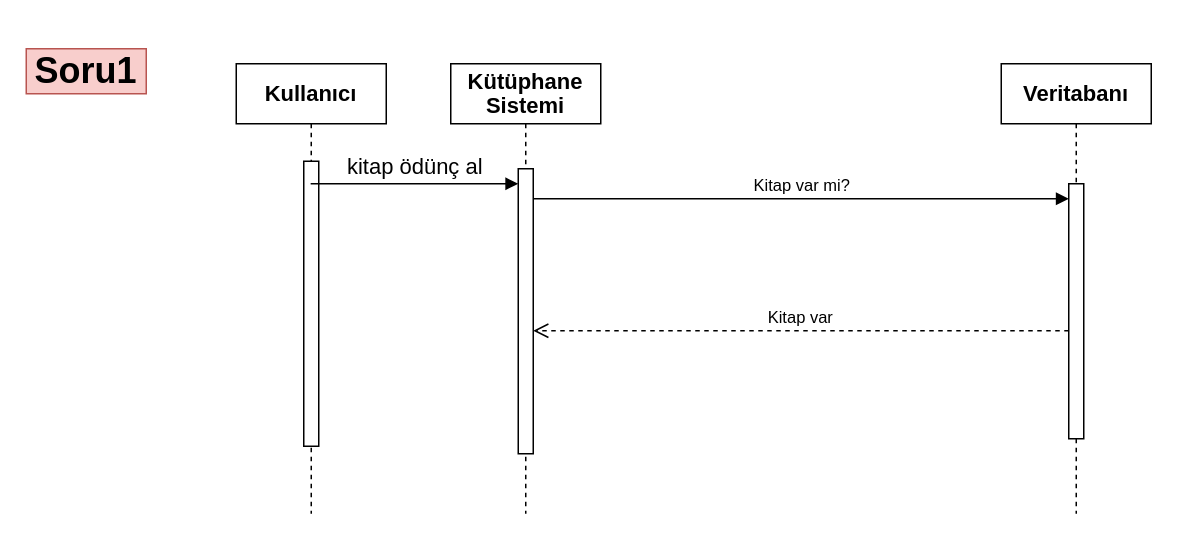
Before: LapWeek8/Soru1.drawio in MOHAMMEDALMASHHOR/Yazilim_Tasarim_ve_Mimarisi, a draw.io diagram. Source tidied: cells renumbered, new cells numbered last; positions are measured from the earlier drawing's top-left corner, leaving out a move shared by most shapes. Both pictures are drawn from the tidied source at 150%, with x=0, y=0 at pixel (26, 48).
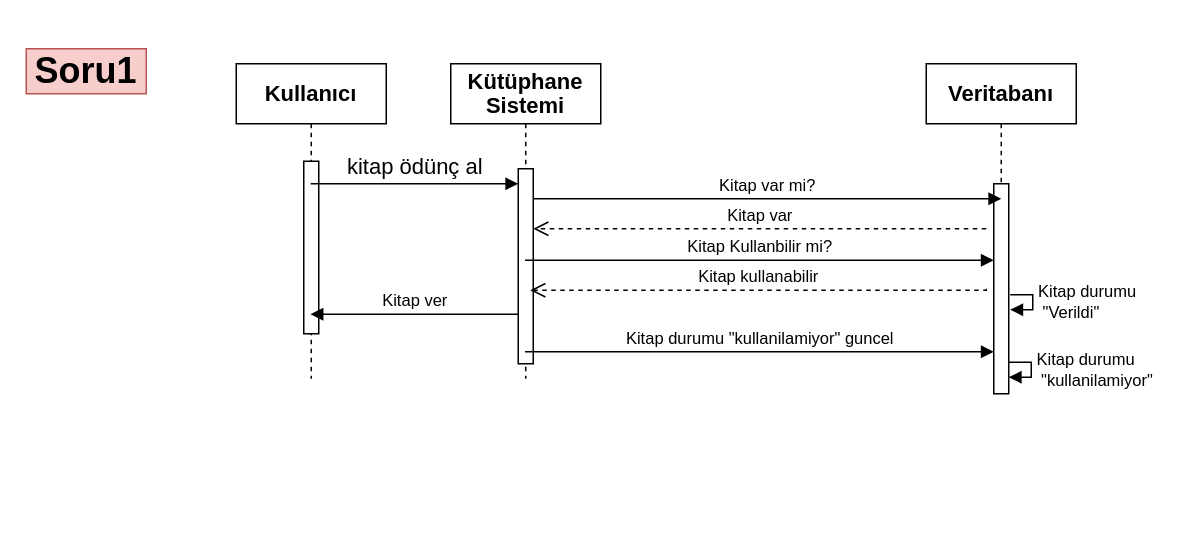
The same page after the edit.

The edit, as a diff of the source:
```diff
@@
     <mxCell id="2" value="&lt;b&gt;&lt;span style=&quot;font-size:11.0pt;line-height:107%;&lt;br/&gt;font-family:&amp;quot;Calibri&amp;quot;,sans-serif;mso-ascii-theme-font:minor-latin;mso-fareast-font-family:&lt;br/&gt;Calibri;mso-fareast-theme-font:minor-latin;mso-hansi-theme-font:minor-latin;&lt;br/&gt;mso-bidi-font-family:Arial;mso-bidi-theme-font:minor-bidi;mso-ansi-language:&lt;br/&gt;TR;mso-fareast-language:EN-US;mso-bidi-language:AR-SA&quot;&gt;Kütüphane Sistemi&lt;/span&gt;&lt;/b&gt;" style="shape=umlLifeline;perimeter=lifelinePerimeter;whiteSpace=wrap;html=1;newEdgeStyle={&quot;edgeStyle&quot;:&quot;elbowEdgeStyle&quot;,&quot;elbow&quot;:&quot;vertical&quot;,&quot;curved&quot;:0,&quot;rounded&quot;:0};" parent="1" vertex="1">
-      <mxGeometry x="283" y="10" width="100" height="300" as="geometry" />
+      <mxGeometry x="283" y="10" width="100" height="210" as="geometry" />
     </mxCell>
     <mxCell id="3" style="html=1;perimeter=orthogonalPerimeter;targetShapes=umlLifeline;newEdgeStyle={&quot;edgeStyle&quot;:&quot;elbowEdgeStyle&quot;,&quot;elbow&quot;:&quot;vertical&quot;,&quot;curved&quot;:0,&quot;rounded&quot;:0};" parent="2" vertex="1">
-      <mxGeometry x="45" y="70" width="10" height="190" as="geometry" />
+      <mxGeometry x="45" y="70" width="10" height="130" as="geometry" />
     </mxCell>
     <mxCell id="4" value="&lt;b&gt;&lt;span style=&quot;font-size:11.0pt;line-height:107%;&lt;br/&gt;font-family:&amp;quot;Calibri&amp;quot;,sans-serif;mso-ascii-theme-font:minor-latin;mso-fareast-font-family:&lt;br/&gt;Calibri;mso-fareast-theme-font:minor-latin;mso-hansi-theme-font:minor-latin;&lt;br/&gt;mso-bidi-font-family:Arial;mso-bidi-theme-font:minor-bidi;mso-ansi-language:&lt;br/&gt;TR;mso-fareast-language:EN-US;mso-bidi-language:AR-SA&quot;&gt;Veritabanı&lt;/span&gt;&lt;/b&gt;" style="shape=umlLifeline;perimeter=lifelinePerimeter;whiteSpace=wrap;html=1;newEdgeStyle={&quot;edgeStyle&quot;:&quot;elbowEdgeStyle&quot;,&quot;elbow&quot;:&quot;vertical&quot;,&quot;curved&quot;:0,&quot;rounded&quot;:0};" parent="1" vertex="1">
-      <mxGeometry x="650" y="10" width="100" height="300" as="geometry" />
+      <mxGeometry x="600" y="10" width="100" height="220" as="geometry" />
     </mxCell>
     <mxCell id="5" style="html=1;points=[];perimeter=orthogonalPerimeter;outlineConnect=0;targetShapes=umlLifeline;portConstraint=eastwest;newEdgeStyle={&quot;edgeStyle&quot;:&quot;elbowEdgeStyle&quot;,&quot;elbow&quot;:&quot;vertical&quot;,&quot;curved&quot;:0,&quot;rounded&quot;:0};" parent="4" vertex="1">
-      <mxGeometry x="45" y="80" width="10" height="170" as="geometry" />
+      <mxGeometry x="45" y="80" width="10" height="140" as="geometry" />
     </mxCell>
+    <mxCell id="12" value="Kitap durumu&lt;div&gt;&amp;nbsp;&quot;kullanilamiyor&quot;&lt;/div&gt;" style="html=1;align=left;spacingLeft=2;endArrow=block;rounded=0;edgeStyle=orthogonalEdgeStyle;curved=0;rounded=0;" parent="4" edge="1">
+      <mxGeometry relative="1" as="geometry">
+        <mxPoint x="55" y="199" as="sourcePoint" />
+        <mxPoint x="55" y="209" as="targetPoint" />
+        <Array as="points">
+          <mxPoint x="70" y="199" />
+        </Array>
+      </mxGeometry>
+    </mxCell>
     <mxCell id="6" value="Kitap var mi?" style="html=1;verticalAlign=bottom;endArrow=block;edgeStyle=elbowEdgeStyle;elbow=vertical;curved=0;rounded=0;" parent="1" edge="1">
       <mxGeometry relative="1" as="geometry">
         <mxPoint x="338" y="100" as="sourcePoint" />
-        <mxPoint x="695" y="100" as="targetPoint" />
+        <mxPoint x="650" y="100" as="targetPoint" />
         <Array as="points">
           <mxPoint x="340" y="100" />
         </Array>
       </mxGeometry>
     </mxCell>
     <mxCell id="7" value="Kitap var" style="html=1;verticalAlign=bottom;endArrow=open;dashed=1;endSize=8;edgeStyle=elbowEdgeStyle;elbow=vertical;curved=0;rounded=0;" parent="1" edge="1">
       <mxGeometry relative="1" as="geometry">
-        <mxPoint x="695" y="188" as="sourcePoint" />
-        <mxPoint x="338" y="188" as="targetPoint" />
+        <mxPoint x="640" y="120" as="sourcePoint" />
+        <mxPoint x="338" y="120" as="targetPoint" />
         <Array as="points">
-          <mxPoint x="350" y="188" />
+          <mxPoint x="350" y="120" />
         </Array>
       </mxGeometry>
     </mxCell>
     <mxCell id="8" value="&lt;b&gt;&lt;span style=&quot;font-size:11.0pt;line-height:107%;&lt;br/&gt;font-family:&amp;quot;Calibri&amp;quot;,sans-serif;mso-ascii-theme-font:minor-latin;mso-fareast-font-family:&lt;br/&gt;Calibri;mso-fareast-theme-font:minor-latin;mso-hansi-theme-font:minor-latin;&lt;br/&gt;mso-bidi-font-family:Arial;mso-bidi-theme-font:minor-bidi;mso-ansi-language:&lt;br/&gt;TR;mso-fareast-language:EN-US;mso-bidi-language:AR-SA&quot;&gt;Kullanıcı&lt;/span&gt;&lt;/b&gt;" style="shape=umlLifeline;perimeter=lifelinePerimeter;whiteSpace=wrap;html=1;newEdgeStyle={&quot;curved&quot;:0,&quot;rounded&quot;:0};" parent="1" vertex="1">
-      <mxGeometry x="140" y="10" width="100" height="300" as="geometry" />
+      <mxGeometry x="140" y="10" width="100" height="210" as="geometry" />
     </mxCell>
     <mxCell id="9" style="html=1;perimeter=orthogonalPerimeter;targetShapes=umlLifeline;newEdgeStyle={&quot;edgeStyle&quot;:&quot;elbowEdgeStyle&quot;,&quot;elbow&quot;:&quot;vertical&quot;,&quot;curved&quot;:0,&quot;rounded&quot;:0};" parent="8" vertex="1">
-      <mxGeometry x="45" y="65" width="10" height="190" as="geometry" />
+      <mxGeometry x="45" y="65" width="10" height="115" as="geometry" />
     </mxCell>
@@
+    <mxCell id="13" value="Kitap Kullanbilir mi?" style="html=1;verticalAlign=bottom;endArrow=block;curved=0;rounded=0;" parent="1" edge="1" target="5">
+      <mxGeometry relative="1" as="geometry">
+        <mxPoint x="332.5" y="141" as="sourcePoint" />
+      </mxGeometry>
+    </mxCell>
+    <mxCell id="14" value="Kitap kullanabilir" style="html=1;verticalAlign=bottom;endArrow=open;dashed=1;endSize=8;edgeStyle=elbowEdgeStyle;elbow=vertical;curved=0;rounded=0;" parent="1" edge="1">
+      <mxGeometry relative="1" as="geometry">
+        <mxPoint x="640" y="160" as="sourcePoint" />
+        <mxPoint x="336" y="161" as="targetPoint" />
+        <Array as="points">
+          <mxPoint x="650" y="161" />
+        </Array>
+      </mxGeometry>
+    </mxCell>
+    <mxCell id="15" value="Kitap ver" style="html=1;verticalAlign=bottom;endArrow=block;curved=0;rounded=0;" parent="1" edge="1">
+      <mxGeometry relative="1" as="geometry">
+        <mxPoint x="328" y="177" as="sourcePoint" />
+        <mxPoint x="189.5" y="177" as="targetPoint" />
+      </mxGeometry>
+    </mxCell>
+    <mxCell id="16" value="Kitap durumu &quot;kullanilamiyor&quot; guncel" style="html=1;verticalAlign=bottom;endArrow=block;curved=0;rounded=0;" parent="1" edge="1">
+      <mxGeometry relative="1" as="geometry">
+        <mxPoint x="332.5" y="202" as="sourcePoint" />
+        <mxPoint x="645" y="202" as="targetPoint" />
+      </mxGeometry>
+    </mxCell>
+    <mxCell id="17" value="Kitap durumu&lt;div&gt;&amp;nbsp;&quot;Verildi&quot;&lt;/div&gt;" style="html=1;align=left;spacingLeft=2;endArrow=block;rounded=0;edgeStyle=orthogonalEdgeStyle;curved=0;rounded=0;" parent="1" edge="1">
+      <mxGeometry relative="1" as="geometry">
+        <mxPoint x="656" y="164" as="sourcePoint" />
+        <mxPoint x="656" y="174" as="targetPoint" />
+        <Array as="points">
+          <mxPoint x="671" y="164" />
+        </Array>
+      </mxGeometry>
+    </mxCell>
```
